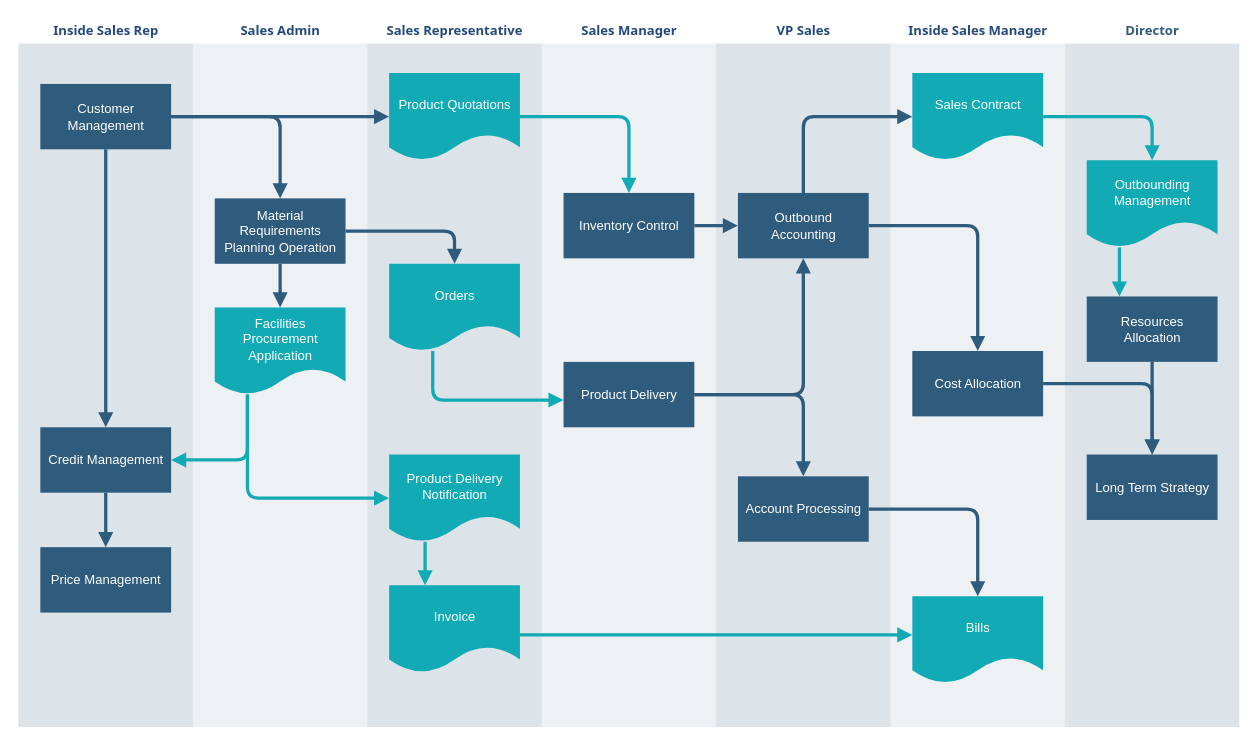
The draw.io diagram 项目管理.drawio in jglie/Hello-World, before the edit. Source tidied: cells renumbered, new cells numbered last; positions are measured from the earlier drawing's top-left corner, leaving out a move shared by most shapes. Both pictures are drawn from the tidied source at 109%, with x=0, y=0 at pixel (17, 17).
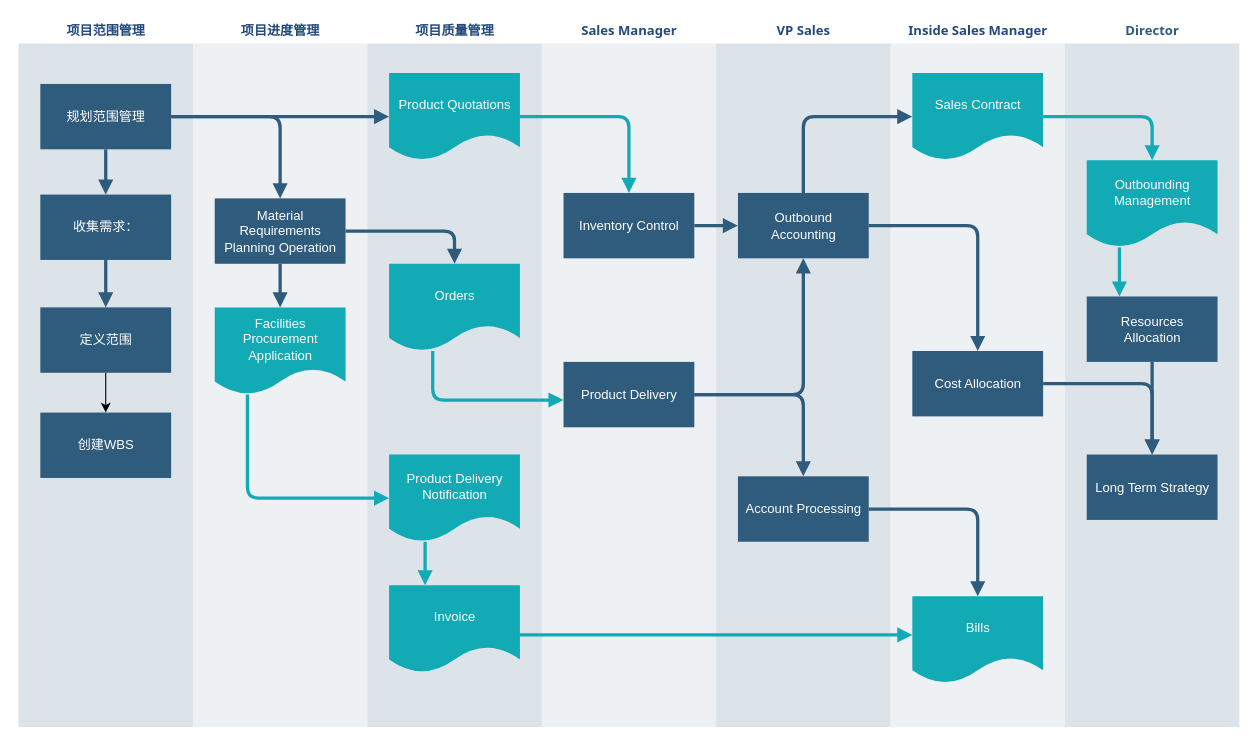
Above is the later version.

Commit message:
更新项目管理.drawio

Unchanged cells that the change refers to:
```xml
<mxCell id="17" value="&lt;font color=&quot;#ffffff&quot;&gt;Facilities Procurement&lt;br&gt;Application&lt;/font&gt;&lt;br&gt; " style="shape=document;whiteSpace=wrap;verticalAlign=middle;strokeColor=none;fillColor=#12aab5;shadow=0;fontColor=#FFFFFF;fontFamily=Helvetica;fontStyle=0;html=1;fontSize=12;spacing=6;spacingBottom=22;" parent="15" vertex="1">
  <mxGeometry x="20" y="265" width="120" height="80" as="geometry" />
</mxCell>
```

Change to the diagram source:
```diff
@@
-    <mxCell id="2" value="&lt;font color=&quot;#23497d&quot;&gt;Inside Sales Rep&lt;/font&gt;" style="swimlane;whiteSpace=wrap;fillColor=none;swimlaneFillColor=#BAC8D3;fontColor=#2F5B7C;fontFamily=Tahoma;html=1;strokeColor=none;opacity=50;" parent="1" vertex="1">
+    <mxCell id="2" value="&lt;font color=&quot;#23497d&quot;&gt;项目范围管理&lt;/font&gt;" style="swimlane;whiteSpace=wrap;fillColor=none;swimlaneFillColor=#BAC8D3;fontColor=#2F5B7C;fontFamily=Tahoma;html=1;strokeColor=none;opacity=50;" parent="1" vertex="1">
       <mxGeometry x="0.5" y="0.5" width="160" height="650" as="geometry" />
     </mxCell>
-    <mxCell id="3" value="Customer Management" style="whiteSpace=wrap;shadow=0;fontColor=#FFFFFF;fontFamily=Helvetica;fontStyle=0;html=1;fontSize=12;plain-purple;strokeColor=none;fillColor=#2f5b7c;gradientColor=none;spacing=6;verticalAlign=middle;" parent="2" vertex="1">
+    <mxCell id="3" value="规划范围管理" style="whiteSpace=wrap;shadow=0;fontColor=#FFFFFF;fontFamily=Helvetica;fontStyle=0;html=1;fontSize=12;plain-purple;strokeColor=none;fillColor=#2f5b7c;gradientColor=none;spacing=6;verticalAlign=middle;" parent="2" vertex="1">
       <mxGeometry x="20" y="60" width="120" height="60" as="geometry" />
     </mxCell>
-    <mxCell id="4" value="Credit Management" style="whiteSpace=wrap;strokeColor=none;fillColor=#2f5b7c;shadow=0;fontColor=#FFFFFF;fontFamily=Helvetica;fontStyle=0;html=1;fontSize=12;spacing=6;verticalAlign=middle;" parent="2" vertex="1">
-      <mxGeometry x="20" y="375" width="120" height="60" as="geometry" />
+    <mxCell id="4" value="收集需求：" style="whiteSpace=wrap;strokeColor=none;fillColor=#2f5b7c;shadow=0;fontColor=#FFFFFF;fontFamily=Helvetica;fontStyle=0;html=1;fontSize=12;spacing=6;verticalAlign=middle;" parent="2" vertex="1">
+      <mxGeometry x="20" y="161.5" width="120" height="60" as="geometry" />
     </mxCell>
+    <mxCell id="50" style="edgeStyle=orthogonalEdgeStyle;rounded=0;jettySize=auto;html=1;" parent="2" edge="1" source="5" target="51">
+      <mxGeometry relative="1" as="geometry" />
+    </mxCell>
-    <mxCell id="5" value="Price Management" style="whiteSpace=wrap;strokeColor=none;fillColor=#2f5b7c;shadow=0;fontColor=#FFFFFF;fontFamily=Helvetica;fontStyle=0;html=1;fontSize=12;spacing=6;verticalAlign=middle;" parent="2" vertex="1">
-      <mxGeometry x="20" y="485" width="120" height="60" as="geometry" />
+    <mxCell id="5" value="定义范围" style="whiteSpace=wrap;strokeColor=none;fillColor=#2f5b7c;shadow=0;fontColor=#FFFFFF;fontFamily=Helvetica;fontStyle=0;html=1;fontSize=12;spacing=6;verticalAlign=middle;" parent="2" vertex="1">
+      <mxGeometry x="20" y="265" width="120" height="60" as="geometry" />
     </mxCell>
@@
+    <mxCell id="51" value="创建WBS" style="whiteSpace=wrap;strokeColor=none;fillColor=#2f5b7c;shadow=0;fontColor=#FFFFFF;fontFamily=Helvetica;fontStyle=0;html=1;fontSize=12;spacing=6;verticalAlign=middle;" parent="2" vertex="1">
+      <mxGeometry x="20" y="361.5" width="120" height="60" as="geometry" />
+    </mxCell>
@@
-    <mxCell id="15" value="&lt;font color=&quot;#23497d&quot;&gt;Sales Admin&lt;/font&gt;" style="swimlane;whiteSpace=wrap;fillColor=none;swimlaneFillColor=#BAC8D3;fontColor=#2F5B7C;fontFamily=Tahoma;html=1;strokeColor=none;opacity=25;" parent="1" vertex="1">
+    <mxCell id="15" value="&lt;font color=&quot;#23497d&quot;&gt;项目进度管理&lt;/font&gt;" style="swimlane;whiteSpace=wrap;fillColor=none;swimlaneFillColor=#BAC8D3;fontColor=#2F5B7C;fontFamily=Tahoma;html=1;strokeColor=none;opacity=25;" parent="1" vertex="1">
       <mxGeometry x="160.5" y="0.5" width="160" height="650" as="geometry" />
     </mxCell>
@@
-    <mxCell id="19" value="&lt;font color=&quot;#23497d&quot;&gt;Sales Representative&lt;/font&gt;" style="swimlane;whiteSpace=wrap;fillColor=none;swimlaneFillColor=#BAC8D3;fontColor=#2F5B7C;fontFamily=Tahoma;html=1;strokeColor=none;opacity=50;" parent="1" vertex="1">
+    <mxCell id="19" value="&lt;font color=&quot;#23497d&quot;&gt;项目质量管理&lt;/font&gt;" style="swimlane;whiteSpace=wrap;fillColor=none;swimlaneFillColor=#BAC8D3;fontColor=#2F5B7C;fontFamily=Tahoma;html=1;strokeColor=none;opacity=50;startSize=23;" parent="1" vertex="1">
       <mxGeometry x="320.5" y="0.5" width="160" height="650" as="geometry" />
     </mxCell>
@@
-    <mxCell id="35" style="edgeStyle=segmentEdgeStyle;strokeColor=#12AAB5;strokeWidth=3;html=1;endArrow=block;endFill=1;" parent="1" edge="1" source="17" target="4">
-      <mxGeometry x="164.5" y="433.5" as="geometry">
-        <Array as="points">
-          <mxPoint x="210.5" y="405.5" />
-        </Array>
-      </mxGeometry>
-    </mxCell>
```
